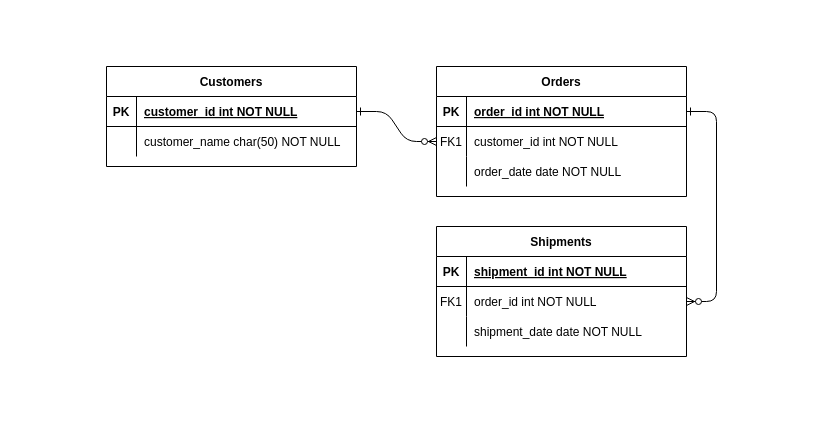
Above: Untitled Diagram.drawio in mimoneysh/DB_Design (draw.io), before the change. Source tidied: cells renumbered, new cells numbered last; positions are measured from the earlier drawing's top-left corner, leaving out a move shared by most shapes. Both pictures are drawn from the tidied source at 100%, with x=0, y=0 at pixel (106, 66).
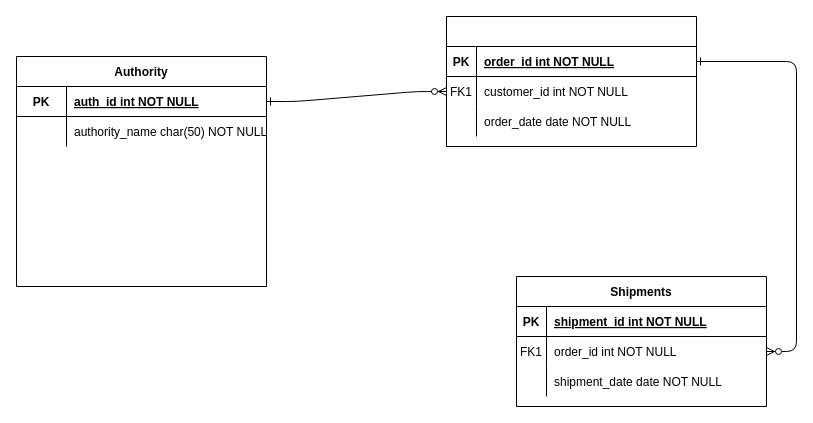
The same page after the edit.

Unchanged cells that the change refers to:
```xml
<mxCell id="25" style="shape=partialRectangle;fillColor=none;points=[[0,0.5],[1,0.5]];portConstraint=eastwest;top=0;left=0;right=0;bottom=1;" parent="24" vertex="1">
  <mxGeometry y="30" width="250" height="30" as="geometry" />
</mxCell>
<mxCell id="28" style="shape=partialRectangle;fillColor=none;top=0;left=0;right=0;bottom=0;" parent="24" vertex="1">
  <mxGeometry y="60" width="250" height="30" as="geometry" />
</mxCell>
```

The edit, as a diff of the source:
```diff
@@
-    <mxCell id="4" value="Orders" style="shape=table;startSize=30;childLayout=tableLayout;rowLines=0;fontStyle=1;align=center;" parent="1" vertex="1">
-      <mxGeometry x="330" width="250" height="130" as="geometry" />
+    <mxCell id="4" style="shape=table;startSize=30;childLayout=tableLayout;rowLines=0;fontStyle=1;align=center;" parent="1" vertex="1">
+      <mxGeometry x="340" y="-50" width="250" height="130" as="geometry" />
     </mxCell>
@@
     <mxCell id="14" value="Shipments" style="shape=table;startSize=30;childLayout=tableLayout;rowLines=0;fontStyle=1;align=center;" parent="1" vertex="1">
-      <mxGeometry x="330" y="160" width="250" height="130" as="geometry" />
+      <mxGeometry x="410" y="210" width="250" height="130" as="geometry" />
     </mxCell>
@@
-    <mxCell id="24" value="Customers" style="shape=table;startSize=30;childLayout=tableLayout;rowLines=0;fontStyle=1;align=center;" parent="1" vertex="1">
-      <mxGeometry width="250" height="100" as="geometry" />
+    <mxCell id="24" value="Authority" style="shape=table;startSize=30;childLayout=tableLayout;rowLines=0;fontStyle=1;align=center;fillColor=none;strokeColor=#000000;" parent="1" vertex="1">
+      <mxGeometry x="-90" y="-10" width="250" height="230" as="geometry" />
     </mxCell>
@@
     <mxCell id="26" value="PK" style="shape=partialRectangle;overflow=hidden;fillColor=none;top=0;left=0;bottom=0;right=0;fontStyle=1;" parent="25" vertex="1">
-      <mxGeometry width="30" height="30" as="geometry" />
+      <mxGeometry width="50" height="30" as="geometry" />
     </mxCell>
-    <mxCell id="27" value="customer_id int NOT NULL " style="shape=partialRectangle;overflow=hidden;fillColor=none;top=0;left=0;bottom=0;right=0;align=left;spacingLeft=6;fontStyle=5;" parent="25" vertex="1">
-      <mxGeometry x="30" width="220" height="30" as="geometry" />
+    <mxCell id="27" value="auth_id int NOT NULL " style="shape=partialRectangle;overflow=hidden;fillColor=none;top=0;left=0;bottom=0;right=0;align=left;spacingLeft=6;fontStyle=5;" parent="25" vertex="1">
+      <mxGeometry x="50" width="200" height="30" as="geometry" />
     </mxCell>
@@
-    <mxCell id="29" style="shape=partialRectangle;overflow=hidden;fillColor=none;top=0;left=0;bottom=0;right=0;" parent="28" vertex="1">
-      <mxGeometry width="30" height="30" as="geometry" />
+    <mxCell id="29" value="&#10;&#10;&#10;" style="shape=partialRectangle;overflow=hidden;fillColor=none;top=0;left=0;bottom=0;right=0;strokeColor=#000000;" parent="28" vertex="1">
+      <mxGeometry width="50" height="30" as="geometry" />
     </mxCell>
-    <mxCell id="30" value="customer_name char(50) NOT NULL" style="shape=partialRectangle;overflow=hidden;fillColor=none;top=0;left=0;bottom=0;right=0;align=left;spacingLeft=6;" parent="28" vertex="1">
-      <mxGeometry x="30" width="220" height="30" as="geometry" />
+    <mxCell id="30" value="authority_name char(50) NOT NULL" style="shape=partialRectangle;overflow=hidden;fillColor=none;top=0;left=0;bottom=0;right=0;align=left;spacingLeft=6;dashed=1;strokeColor=#000000;" parent="28" vertex="1">
+      <mxGeometry x="50" width="200" height="30" as="geometry" />
     </mxCell>
```
